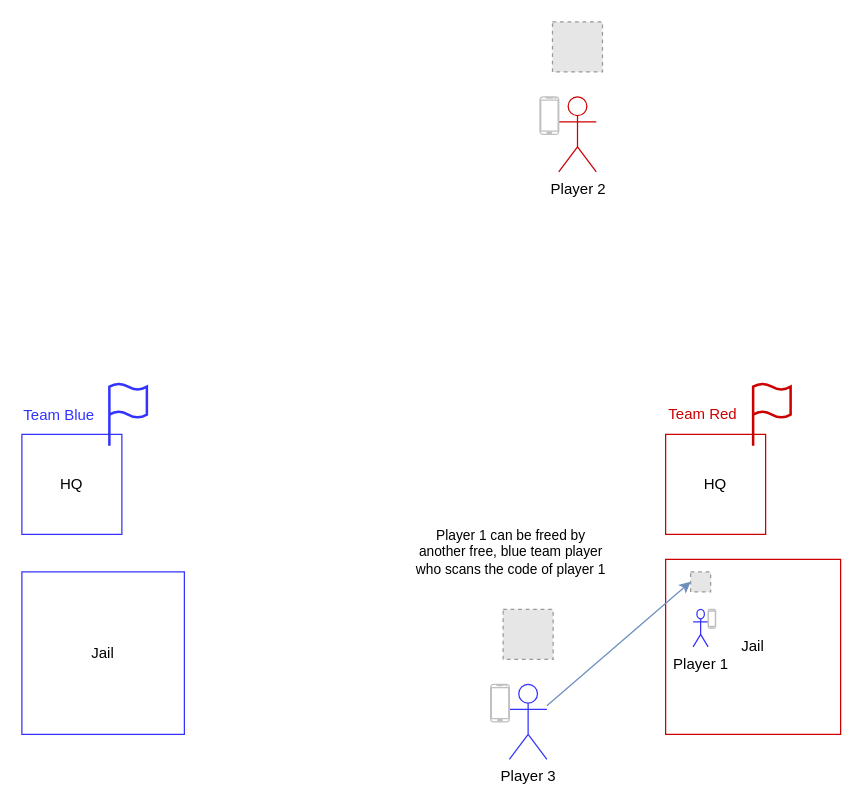
This is concept/Use Case 003.drawio from Hg347/ctf-rush, a draw.io file, before an edit. Source tidied: cells renumbered, new cells numbered last; positions are measured from the earlier drawing's top-left corner, leaving out a move shared by most shapes. Both pictures are drawn from the tidied source at 125%, with x=0, y=0 at pixel (21, 21). Pictures stored in the file or linked from it are replaced by grey dashed boxes.
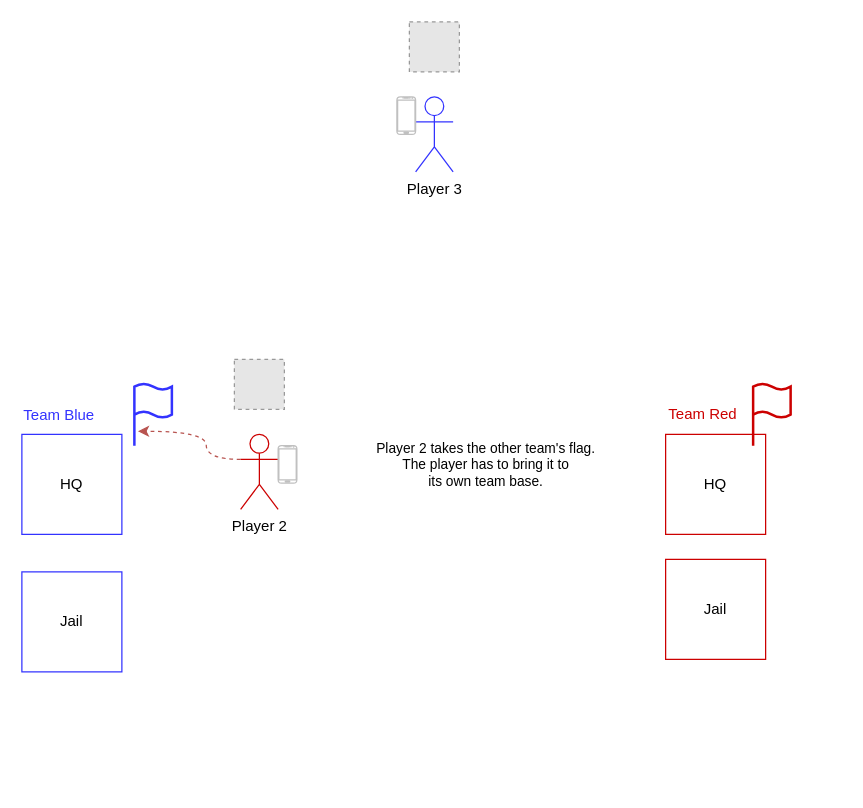
Above is the later version.

Diff of the diagram source:
```diff
@@
+    <mxCell id="22" style="edgeStyle=orthogonalEdgeStyle;rounded=0;jettySize=auto;html=1;curved=1;endArrow=classic;startFill=0;fillColor=#f8cecc;strokeColor=#b85450;exitX=0;exitY=0.3333333333333333;exitDx=0;exitDy=0;exitPerimeter=0;entryX=0.095;entryY=0.77;entryDx=0;entryDy=0;entryPerimeter=0;endFill=1;dashed=1;" parent="1" edge="1" source="2" target="11">
+      <mxGeometry relative="1" as="geometry" />
+    </mxCell>
     <mxCell id="2" value="Player 2" style="shape=umlActor;verticalLabelPosition=bottom;verticalAlign=top;html=1;outlineConnect=0;strokeColor=#CC0000;" parent="1" vertex="1">
-      <mxGeometry x="429.5" y="60" width="30" height="60" as="geometry" />
+      <mxGeometry x="175" y="330" width="30" height="60" as="geometry" />
     </mxCell>
     <mxCell id="3" style="fillColor=#E6E6E6;strokeColor=#999999;dashed=1;html=1;verticalAlign=top;verticalLabelPosition=bottom;labelBackgroundColor=#ffffff;" parent="1" vertex="1">
-      <mxGeometry x="424.5" width="40" height="40" as="geometry" />
+      <mxGeometry x="170" y="270" width="40" height="40" as="geometry" />
     </mxCell>
@@
     <mxCell id="8" value="Jail" style="whiteSpace=wrap;html=1;strokeColor=#3333FF;" parent="1" vertex="1">
-      <mxGeometry y="440" width="130" height="130" as="geometry" />
+      <mxGeometry y="440" width="80" height="80" as="geometry" />
     </mxCell>
     <mxCell id="9" value="Jail" style="whiteSpace=wrap;html=1;strokeColor=#CC0000;" parent="1" vertex="1">
-      <mxGeometry x="515" y="430" width="140" height="140" as="geometry" />
+      <mxGeometry x="515" y="430" width="80" height="80" as="geometry" />
     </mxCell>
@@
     <mxCell id="11" style="html=1;verticalLabelPosition=bottom;align=center;labelBackgroundColor=#ffffff;verticalAlign=top;strokeWidth=2;strokeColor=#3333FF;shadow=0;dashed=0;shape=mxgraph.ios7.icons.flag;" parent="1" vertex="1">
-      <mxGeometry x="70" y="289" width="30" height="50" as="geometry" />
+      <mxGeometry x="90" y="289" width="30" height="50" as="geometry" />
     </mxCell>
     <mxCell id="12" style="verticalLabelPosition=bottom;verticalAlign=top;html=1;shadow=0;dashed=0;strokeWidth=1;shape=mxgraph.android.phone2;strokeColor=#c0c0c0;" parent="1" vertex="1">
-      <mxGeometry x="414.5" y="60" width="15" height="30" as="geometry" />
+      <mxGeometry x="205" y="339" width="15" height="30" as="geometry" />
     </mxCell>
-    <mxCell id="13" value="Player 1 can be freed by &lt;br&gt;another free, blue team player &lt;br&gt;who scans the code of player 1&lt;div&gt;&lt;br&gt;&lt;/div&gt;" style="edgeLabel;html=1;align=center;verticalAlign=middle;" parent="1" vertex="1">
-      <mxGeometry x="390" y="430" as="geometry" />
+    <mxCell id="13" value="Player 2 takes the other team's flag.&lt;br&gt;The player has to bring it to &lt;br&gt;its own team base.&lt;div&gt;&lt;br&gt;&lt;/div&gt;" style="edgeLabel;html=1;align=center;verticalAlign=middle;" parent="1" vertex="1">
+      <mxGeometry x="370" y="360" as="geometry" />
     </mxCell>
-    <mxCell id="14" style="group;" parent="1" vertex="1">
-      <mxGeometry x="535" y="440" width="20" height="60" as="geometry" />
-    </mxCell>
-    <mxCell id="15" value="Player 1" style="shape=umlActor;verticalLabelPosition=bottom;verticalAlign=top;html=1;strokeColor=#3333FF;" parent="14" vertex="1">
-      <mxGeometry x="2" y="30" width="12" height="30" as="geometry" />
-    </mxCell>
-    <mxCell id="16" style="fillColor=#E6E6E6;strokeColor=#999999;dashed=1;html=1;verticalAlign=top;verticalLabelPosition=bottom;labelBackgroundColor=#ffffff;" parent="14" vertex="1">
-      <mxGeometry width="16" height="16" as="geometry" />
-    </mxCell>
-    <mxCell id="17" style="verticalLabelPosition=bottom;verticalAlign=top;html=1;shadow=0;dashed=0;strokeWidth=1;shape=mxgraph.android.phone2;strokeColor=#c0c0c0;" parent="14" vertex="1">
-      <mxGeometry x="14" y="30" width="6" height="15" as="geometry" />
-    </mxCell>
-    <mxCell id="18" style="rounded=0;jettySize=auto;html=1;entryX=0;entryY=0.5;entryDx=0;entryDy=0;fillColor=#dae8fc;strokeColor=#6c8ebf;" parent="1" edge="1" source="19" target="16">
-      <mxGeometry relative="1" as="geometry" />
-    </mxCell>
     <mxCell id="19" value="Player 3" style="shape=umlActor;verticalLabelPosition=bottom;verticalAlign=top;html=1;outlineConnect=0;strokeColor=#3333FF;" parent="1" vertex="1">
-      <mxGeometry x="390" y="530" width="30" height="60" as="geometry" />
+      <mxGeometry x="315" y="60" width="30" height="60" as="geometry" />
     </mxCell>
     <mxCell id="20" style="fillColor=#E6E6E6;strokeColor=#999999;dashed=1;html=1;verticalAlign=top;verticalLabelPosition=bottom;labelBackgroundColor=#ffffff;" parent="1" vertex="1">
-      <mxGeometry x="385" y="470" width="40" height="40" as="geometry" />
+      <mxGeometry x="310" width="40" height="40" as="geometry" />
     </mxCell>
     <mxCell id="21" style="verticalLabelPosition=bottom;verticalAlign=top;html=1;shadow=0;dashed=0;strokeWidth=1;shape=mxgraph.android.phone2;strokeColor=#c0c0c0;" parent="1" vertex="1">
-      <mxGeometry x="375" y="530" width="15" height="30" as="geometry" />
+      <mxGeometry x="300" y="60" width="15" height="30" as="geometry" />
     </mxCell>
```
